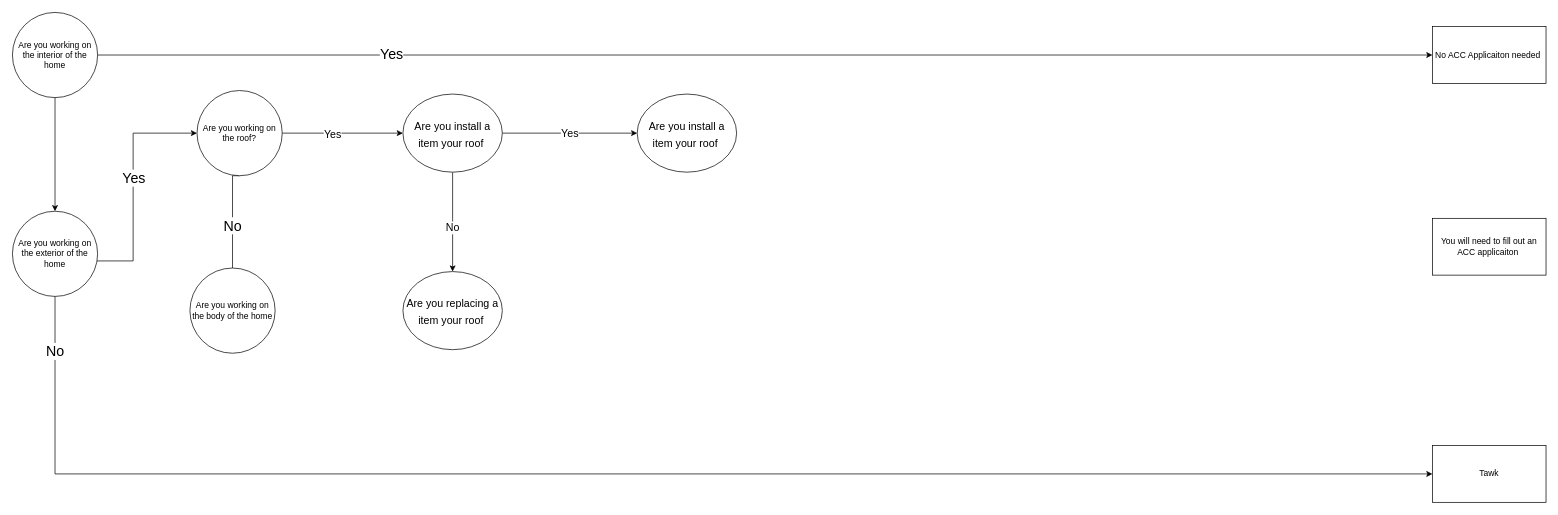
Above: page "Page-2" (2 of 2) of Photos/Untitled Diagram.drawio in SegNova/approval (draw.io), before the change. Source tidied: cells renumbered, new cells numbered last; positions are measured from the earlier drawing's top-left corner, leaving out a move shared by most shapes. Both pictures are drawn from the tidied source at 71%, with x=0, y=0 at pixel (12, 12).
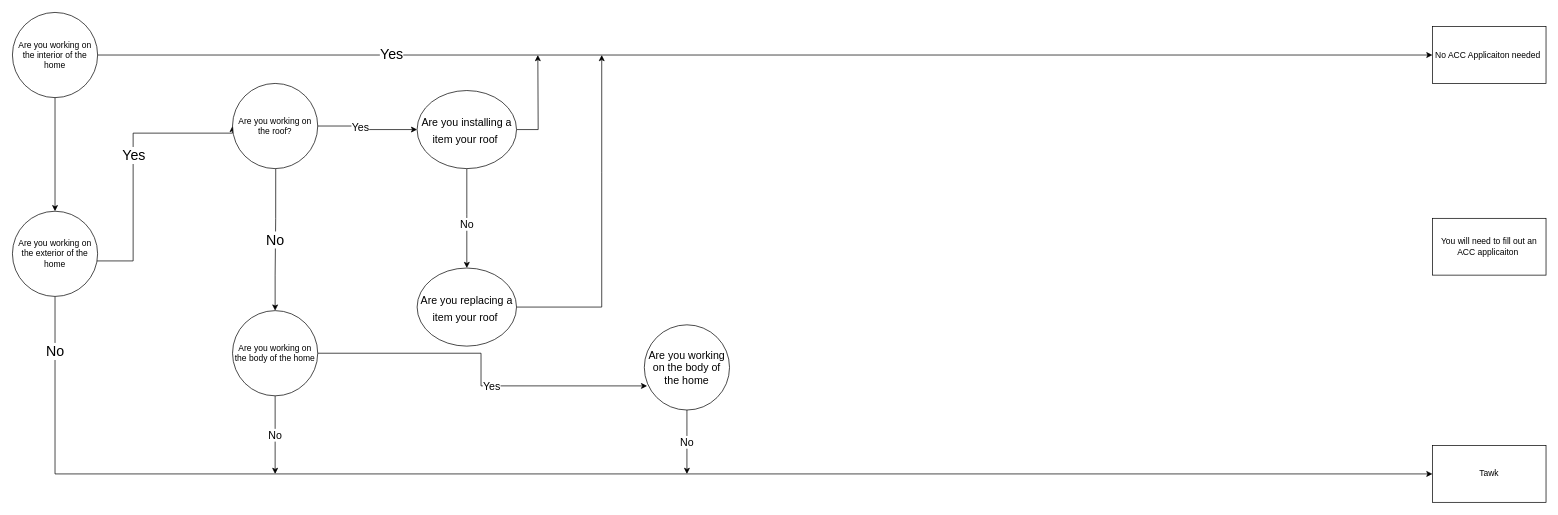
The same diagram, later.

Change to the diagram source:
```diff
@@
-    <mxCell id="14" value="&lt;font style=&quot;font-size: 20px;&quot;&gt;No&lt;/font&gt;" style="edgeStyle=orthogonalEdgeStyle;rounded=0;jettySize=auto;html=1;entryX=0.5;entryY=0;entryDx=0;entryDy=0;exitX=0.5;exitY=1;exitDx=0;exitDy=0;" parent="1" edge="1" source="17" target="18">
+    <mxCell id="14" value="&lt;font style=&quot;font-size: 20px;&quot;&gt;No&lt;/font&gt;" style="edgeStyle=orthogonalEdgeStyle;rounded=0;jettySize=auto;html=1;entryX=0.5;entryY=0;entryDx=0;entryDy=0;exitX=0.507;exitY=1.002;exitDx=0;exitDy=0;exitPerimeter=0;" parent="1" edge="1" source="17" target="18">
       <mxGeometry relative="1" as="geometry">
         <Array as="points">
-          <mxPoint x="310" y="230" />
-          <mxPoint x="310" y="370" />
+          <mxPoint x="371" y="290" />
+          <mxPoint x="370" y="290" />
+          <mxPoint x="370" y="370" />
         </Array>
       </mxGeometry>
     </mxCell>
@@
     <mxCell id="17" value="Are you working on the roof?" style="ellipse;whiteSpace=wrap;html=1;" parent="1" vertex="1">
-      <mxGeometry x="260" y="110" width="120" height="120" as="geometry" />
+      <mxGeometry x="310" y="100" width="120" height="120" as="geometry" />
     </mxCell>
+    <mxCell id="20" value="Yes" style="edgeStyle=orthogonalEdgeStyle;rounded=0;jettySize=auto;html=1;fontSize=15;entryX=0.033;entryY=0.717;entryDx=0;entryDy=0;entryPerimeter=0;" parent="1" edge="1" source="18" target="28">
+      <mxGeometry x="0.14" relative="1" as="geometry" />
+    </mxCell>
+    <mxCell id="24" value="No" style="edgeStyle=orthogonalEdgeStyle;rounded=0;jettySize=auto;html=1;fontSize=15;" parent="1" edge="1" source="18">
+      <mxGeometry relative="1" as="geometry">
+        <mxPoint x="370" y="650" as="targetPoint" />
+      </mxGeometry>
+    </mxCell>
     <mxCell id="18" value="Are you working on the body of the home" style="ellipse;whiteSpace=wrap;html=1;" parent="1" vertex="1">
-      <mxGeometry x="250" y="360" width="120" height="120" as="geometry" />
+      <mxGeometry x="310" y="420" width="120" height="120" as="geometry" />
     </mxCell>
     <mxCell id="19" value="No" style="edgeStyle=orthogonalEdgeStyle;rounded=0;jettySize=auto;html=1;fontSize=15;exitX=0.5;exitY=1;exitDx=0;exitDy=0;entryX=0.5;entryY=0;entryDx=0;entryDy=0;" parent="1" edge="1" source="21" target="22">
       <mxGeometry x="0.11" relative="1" as="geometry">
         <Array as="points">
-          <mxPoint x="620" y="290" />
-          <mxPoint x="620" y="290" />
+          <mxPoint x="640" y="285" />
+          <mxPoint x="640" y="285" />
         </Array>
       </mxGeometry>
     </mxCell>
-    <mxCell id="20" value="Yes" style="edgeStyle=orthogonalEdgeStyle;rounded=0;jettySize=auto;html=1;fontSize=15;" parent="1" edge="1" source="21" target="23">
-      <mxGeometry relative="1" as="geometry" />
-    </mxCell>
+    <mxCell id="25" style="edgeStyle=orthogonalEdgeStyle;rounded=0;jettySize=auto;html=1;fontSize=15;exitX=1;exitY=0.5;exitDx=0;exitDy=0;" parent="1" edge="1" source="21">
+      <mxGeometry relative="1" as="geometry">
+        <mxPoint x="740" y="60" as="targetPoint" />
+      </mxGeometry>
+    </mxCell>
-    <mxCell id="21" value="&lt;font style=&quot;font-size: 15px;&quot;&gt;Are you install a item your roof&amp;nbsp;&lt;/font&gt;" style="ellipse;whiteSpace=wrap;html=1;fontSize=20;" parent="1" vertex="1">
-      <mxGeometry x="550" y="115" width="140" height="110" as="geometry" />
+    <mxCell id="21" value="&lt;font style=&quot;font-size: 15px;&quot;&gt;Are you installing a item your roof&amp;nbsp;&lt;/font&gt;" style="ellipse;whiteSpace=wrap;html=1;fontSize=20;" parent="1" vertex="1">
+      <mxGeometry x="570" y="110" width="140" height="110" as="geometry" />
     </mxCell>
+    <mxCell id="26" style="edgeStyle=orthogonalEdgeStyle;rounded=0;jettySize=auto;html=1;fontSize=15;" parent="1" edge="1" source="22">
+      <mxGeometry relative="1" as="geometry">
+        <mxPoint x="830" y="60" as="targetPoint" />
+        <Array as="points">
+          <mxPoint x="830" y="415" />
+          <mxPoint x="830" y="225" />
+        </Array>
+      </mxGeometry>
+    </mxCell>
     <mxCell id="22" value="&lt;font style=&quot;font-size: 15px;&quot;&gt;Are you replacing a item your roof&amp;nbsp;&lt;/font&gt;" style="ellipse;whiteSpace=wrap;html=1;fontSize=20;" parent="1" vertex="1">
-      <mxGeometry x="550" y="365" width="140" height="110" as="geometry" />
+      <mxGeometry x="570" y="360" width="140" height="110" as="geometry" />
     </mxCell>
-    <mxCell id="23" value="&lt;font style=&quot;font-size: 15px;&quot;&gt;Are you install a item your roof&amp;nbsp;&lt;/font&gt;" style="ellipse;whiteSpace=wrap;html=1;fontSize=20;" parent="1" vertex="1">
-      <mxGeometry x="880" y="115" width="140" height="110" as="geometry" />
-    </mxCell>
+    <mxCell id="27" value="No" style="edgeStyle=orthogonalEdgeStyle;rounded=0;jettySize=auto;html=1;fontSize=15;" parent="1" edge="1" source="28">
+      <mxGeometry relative="1" as="geometry">
+        <mxPoint x="950" y="650" as="targetPoint" />
+      </mxGeometry>
+    </mxCell>
+    <mxCell id="28" value="Are you working on the body of the home" style="ellipse;whiteSpace=wrap;html=1;fontSize=15;" parent="1" vertex="1">
+      <mxGeometry x="890" y="440" width="120" height="120" as="geometry" />
+    </mxCell>
```
